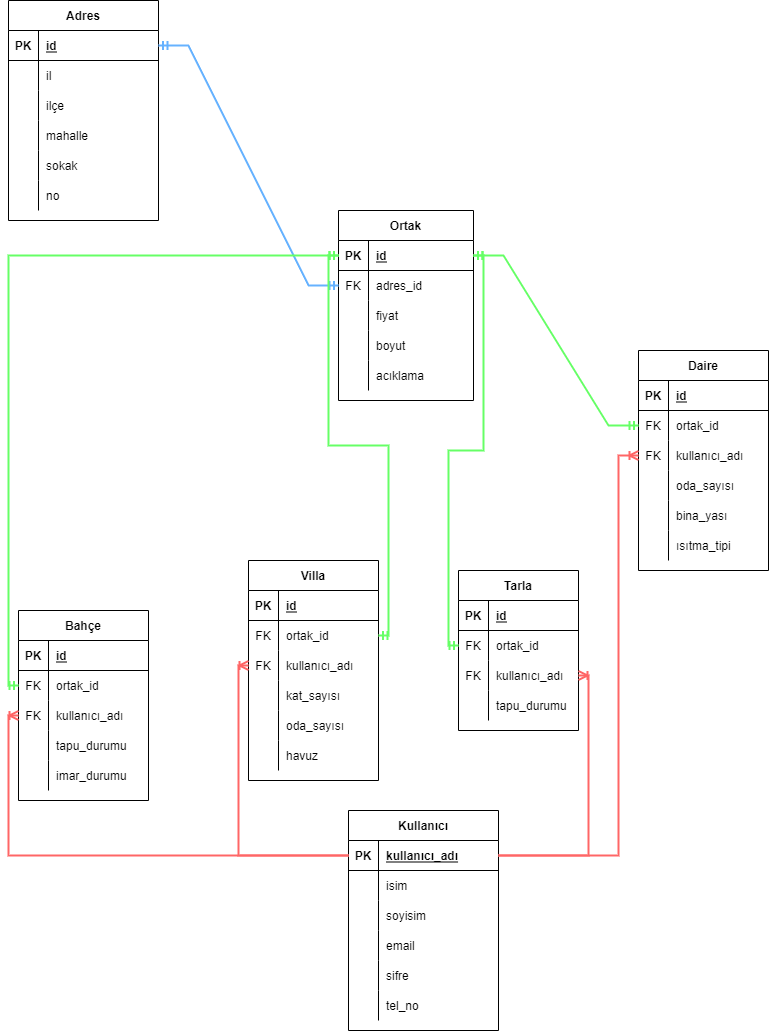
ufukCardak/EmlakSitesi keeps this draw.io diagram as docs/er.png. Above is the earlier version. Source tidied: cells renumbered, new cells last; positions are measured from the earlier drawing's top-left corner, leaving out a move shared by most shapes.
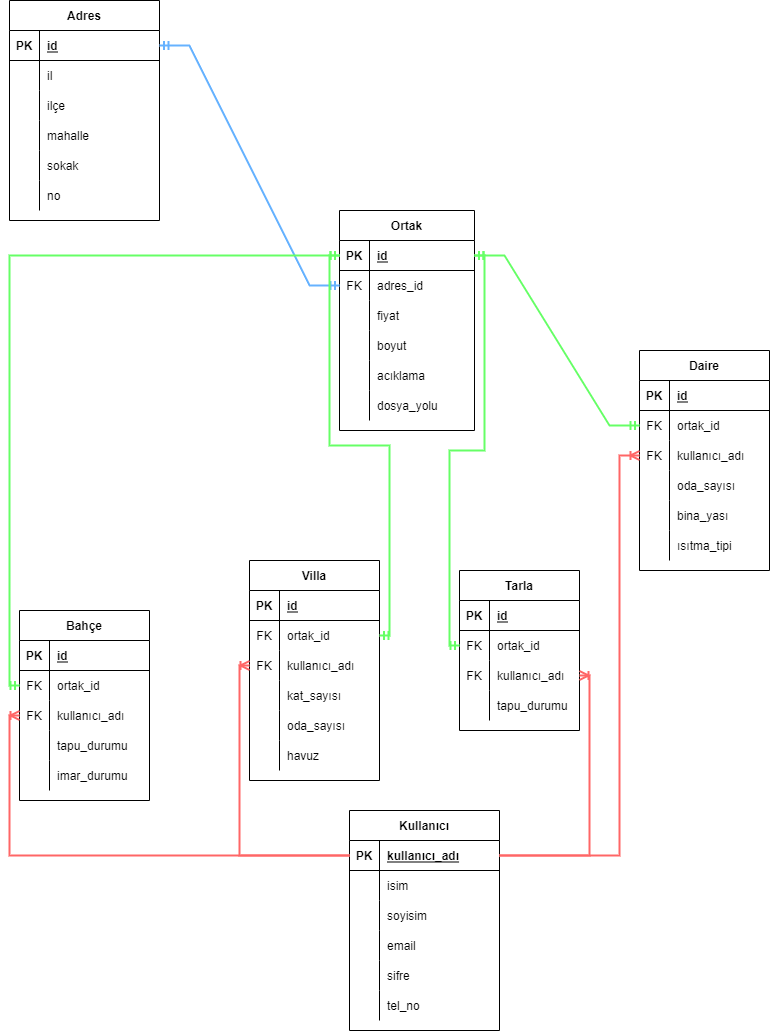
After the change.

Commit message:
ER diyagramı güncellendi

The edit, as a diff of the source:
```diff
@@ -3,7 +3,7 @@
     <mxCell id="0" />
     <mxCell id="1" parent="0" />
     <mxCell id="2" value="Ortak" style="shape=table;startSize=30;rowLines=0;fontStyle=1;align=center;" parent="1" vertex="1">
-      <mxGeometry x="330" y="210" width="135" height="190" as="geometry" />
+      <mxGeometry x="330" y="210" width="135" height="220" as="geometry" />
     </mxCell>
     <mxCell id="3" style="shape=tableRow;horizontal=0;startSize=0;swimlaneHead=0;swimlaneBody=0;fillColor=none;points=[[0,0.5],[1,0.5]];portConstraint=eastwest;top=0;left=0;right=0;bottom=1;" parent="2" vertex="1">
       <mxGeometry y="30" width="135" height="30" as="geometry" />
@@ -50,6 +50,15 @@
     <mxCell id="17" value="acıklama" style="shape=partialRectangle;fillColor=none;top=0;left=0;bottom=0;right=0;align=left;spacingLeft=6;overflow=hidden;" parent="15" vertex="1">
       <mxGeometry x="30" width="105" height="30" as="geometry" />
     </mxCell>
+    <mxCell id="132" style="shape=tableRow;horizontal=0;startSize=0;swimlaneHead=0;swimlaneBody=0;fillColor=none;top=0;left=0;right=0;bottom=0;" parent="2" vertex="1">
+      <mxGeometry y="180" width="135" height="30" as="geometry" />
+    </mxCell>
+    <mxCell id="133" style="shape=partialRectangle;fillColor=none;top=0;left=0;bottom=0;right=0;overflow=hidden;" parent="132" vertex="1">
+      <mxGeometry width="30" height="30" as="geometry" />
+    </mxCell>
+    <mxCell id="134" value="dosya_yolu" style="shape=partialRectangle;fillColor=none;top=0;left=0;bottom=0;right=0;align=left;spacingLeft=6;overflow=hidden;" parent="132" vertex="1">
+      <mxGeometry x="30" width="105" height="30" as="geometry" />
+    </mxCell>
     <mxCell id="18" value="Villa" style="shape=table;startSize=30;rowLines=0;fontStyle=1;align=center;" parent="1" vertex="1">
       <mxGeometry x="240" y="560" width="130" height="220" as="geometry" />
     </mxCell>
```
